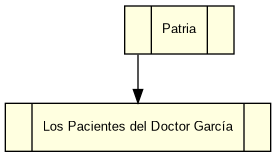
HersonAJ/Proyecto-2-EDD keeps this Graphviz diagram as Biblioteca_Magica_2/avl_viewer.png. Above is the earlier version. Its source is kept beside it as Biblioteca_Magica_2/avl_viewer.dot.
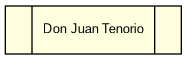
After the commit.

Change to the diagram source:
```diff
@@ -1,8 +1,5 @@
 digraph Arbol {
     rankdir=TB;
     node [shape=record, style=filled, fillcolor=lightyellow, fontname="Arial", fontsize=10];
-    n1177083153 [label="<L> | Patria | <R>"];
-    n895813235 [label="<L> | Los Pacientes del Doctor García | <R>"];
-    n1177083153:L -> n895813235;
-    n895813235 [label="<L> | Los Pacientes del Doctor García | <R>"];
+    n929813005 [label="<L> | Don Juan Tenorio | <R>"];
 }
```
